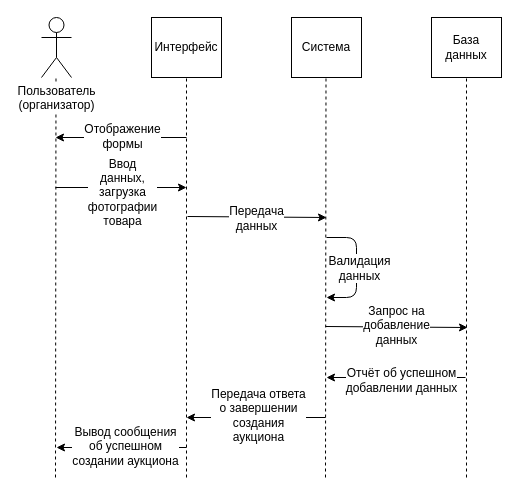
Above: Diagrams/Cases Diagrams/Create Auction.drawio in Fake-Make/Au (draw.io), before the change. Source tidied: cells renumbered, new cells numbered last; positions are measured from the earlier drawing's top-left corner, leaving out a move shared by most shapes. Both pictures are drawn from the tidied source at 100%, with x=0, y=0 at pixel (41, 17).
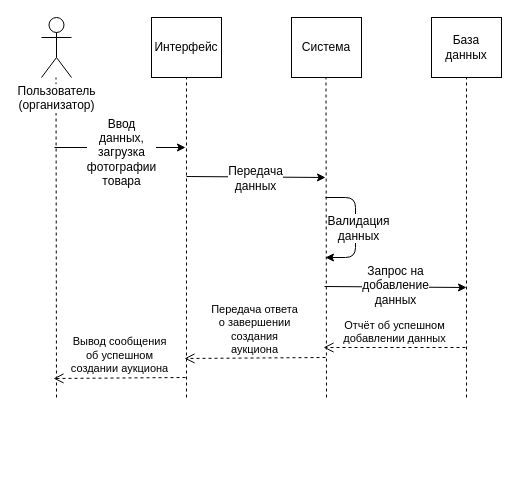
The same page after the edit.

The change refers to these unchanged cells:
```xml
<mxCell id="4" value="База данных" style="rounded=0;whiteSpace=wrap;html=1;" parent="1" vertex="1">
  <mxGeometry x="390" width="70" height="60" as="geometry" />
</mxCell>
```

What changed in the source:
```diff
@@
     <mxCell id="5" style="endArrow=none;dashed=1;html=1;entryX=0.5;entryY=1;entryDx=0;entryDy=0;" parent="1" edge="1" target="4">
       <mxGeometry relative="1" as="geometry">
-        <mxPoint x="425" y="460" as="sourcePoint" />
+        <mxPoint x="425" y="380" as="sourcePoint" />
       </mxGeometry>
     </mxCell>
     <mxCell id="6" style="endArrow=none;dashed=1;html=1;entryX=0.5;entryY=1;entryDx=0;entryDy=0;" parent="1" edge="1">
       <mxGeometry relative="1" as="geometry">
-        <mxPoint x="284" y="460" as="sourcePoint" />
+        <mxPoint x="285" y="380" as="sourcePoint" />
         <mxPoint x="284.5" y="60" as="targetPoint" />
       </mxGeometry>
     </mxCell>
     <mxCell id="7" style="endArrow=none;dashed=1;html=1;entryX=0.5;entryY=1;entryDx=0;entryDy=0;" parent="1" edge="1">
       <mxGeometry relative="1" as="geometry">
-        <mxPoint x="145" y="460" as="sourcePoint" />
+        <mxPoint x="145" y="380" as="sourcePoint" />
         <mxPoint x="145" y="60" as="targetPoint" />
       </mxGeometry>
     </mxCell>
     <mxCell id="8" style="endArrow=none;dashed=1;html=1;entryX=0.5;entryY=1;entryDx=0;entryDy=0;" parent="1" edge="1">
       <mxGeometry relative="1" as="geometry">
-        <mxPoint x="14" y="460" as="sourcePoint" />
+        <mxPoint x="15" y="380" as="sourcePoint" />
         <mxPoint x="14.5" y="60" as="targetPoint" />
       </mxGeometry>
     </mxCell>
@@
-    <mxCell id="10" style="endArrow=classic;html=1;" parent="1" edge="1">
-      <mxGeometry relative="1" as="geometry">
-        <mxPoint x="145" y="120" as="sourcePoint" />
-        <mxPoint x="14" y="120" as="targetPoint" />
-      </mxGeometry>
-    </mxCell>
-    <mxCell id="11" value="Отображение&lt;br&gt;формы" style="text;html=1;align=center;verticalAlign=middle;labelBackgroundColor=#ffffff;" parent="10" vertex="1">
-      <mxGeometry x="0.17" relative="1" as="geometry">
-        <mxPoint x="12" y="-2" as="offset" />
-      </mxGeometry>
-    </mxCell>
     <mxCell id="12" style="endArrow=classic;html=1;" parent="1" edge="1">
       <mxGeometry relative="1" as="geometry">
-        <mxPoint x="14" y="170" as="sourcePoint" />
-        <mxPoint x="145" y="170" as="targetPoint" />
+        <mxPoint x="13" y="130" as="sourcePoint" />
+        <mxPoint x="144" y="130" as="targetPoint" />
       </mxGeometry>
     </mxCell>
@@
     <mxCell id="14" style="endArrow=classic;html=1;" parent="1" edge="1">
       <mxGeometry relative="1" as="geometry">
-        <mxPoint x="146" y="199" as="sourcePoint" />
-        <mxPoint x="285" y="200" as="targetPoint" />
+        <mxPoint x="145" y="159" as="sourcePoint" />
+        <mxPoint x="284" y="160" as="targetPoint" />
       </mxGeometry>
     </mxCell>
@@
     <mxCell id="16" style="endArrow=classic;html=1;" parent="1" edge="1">
       <mxGeometry relative="1" as="geometry">
-        <mxPoint x="285" y="220" as="sourcePoint" />
-        <mxPoint x="285" y="280" as="targetPoint" />
+        <mxPoint x="284" y="180" as="sourcePoint" />
+        <mxPoint x="284" y="240" as="targetPoint" />
         <Array as="points">
-          <mxPoint x="315" y="220" />
-          <mxPoint x="315" y="280" />
+          <mxPoint x="314" y="180" />
+          <mxPoint x="314" y="240" />
         </Array>
       </mxGeometry>
     </mxCell>
@@
     <mxCell id="18" style="endArrow=classic;html=1;" parent="1" edge="1">
       <mxGeometry relative="1" as="geometry">
-        <mxPoint x="284" y="309" as="sourcePoint" />
-        <mxPoint x="426" y="310" as="targetPoint" />
+        <mxPoint x="283" y="269" as="sourcePoint" />
+        <mxPoint x="425" y="270" as="targetPoint" />
       </mxGeometry>
     </mxCell>
@@
-    <mxCell id="20" style="endArrow=classic;html=1;" parent="1" edge="1">
-      <mxGeometry relative="1" as="geometry">
-        <mxPoint x="424" y="360" as="sourcePoint" />
-        <mxPoint x="285" y="360" as="targetPoint" />
-      </mxGeometry>
-    </mxCell>
-    <mxCell id="21" value="Отчёт об успешном&lt;br&gt;добавлении данных&lt;br&gt;" style="text;html=1;align=center;verticalAlign=middle;labelBackgroundColor=#ffffff;" parent="20" vertex="1">
-      <mxGeometry x="-0.36" y="1" relative="1" as="geometry">
-        <mxPoint x="-21" y="1" as="offset" />
+    <mxCell id="21" value="&lt;span&gt;Отчёт об успешном&lt;/span&gt;&lt;br&gt;&lt;span&gt;добавлении данных&lt;/span&gt;" style="html=1;verticalAlign=bottom;endArrow=open;dashed=1;endSize=8;" parent="1" edge="1">
+      <mxGeometry relative="1" as="geometry">
+        <mxPoint x="424" y="330" as="sourcePoint" />
+        <mxPoint x="282" y="330" as="targetPoint" />
       </mxGeometry>
     </mxCell>
-    <mxCell id="22" style="endArrow=classic;html=1;" parent="1" edge="1">
-      <mxGeometry relative="1" as="geometry">
-        <mxPoint x="284" y="400" as="sourcePoint" />
-        <mxPoint x="145" y="400" as="targetPoint" />
-      </mxGeometry>
-    </mxCell>
-    <mxCell id="23" value="Передача ответа&lt;br&gt;о завершении&lt;br&gt;создания&lt;br&gt;аукциона&lt;br&gt;" style="text;html=1;align=center;verticalAlign=middle;labelBackgroundColor=#ffffff;" parent="22" vertex="1">
-      <mxGeometry x="0.18" y="-2" relative="1" as="geometry">
-        <mxPoint x="14" y="-1" as="offset" />
+    <mxCell id="23" value="&lt;span&gt;Передача ответа&lt;/span&gt;&lt;br&gt;&lt;span&gt;о завершении&lt;/span&gt;&lt;br&gt;&lt;span&gt;создания&lt;/span&gt;&lt;br&gt;&lt;span&gt;аукциона&lt;/span&gt;" style="html=1;verticalAlign=bottom;endArrow=open;dashed=1;endSize=8;" parent="1" edge="1">
+      <mxGeometry relative="1" as="geometry">
+        <mxPoint x="284" y="340" as="sourcePoint" />
+        <mxPoint x="143" y="341" as="targetPoint" />
       </mxGeometry>
     </mxCell>
-    <mxCell id="24" style="endArrow=classic;html=1;" parent="1" edge="1">
-      <mxGeometry relative="1" as="geometry">
-        <mxPoint x="145" y="430" as="sourcePoint" />
-        <mxPoint x="15" y="430" as="targetPoint" />
-      </mxGeometry>
-    </mxCell>
-    <mxCell id="25" value="Вывод сообщения&lt;br&gt;об успешном&lt;br&gt;создании аукциона&lt;br&gt;" style="text;html=1;align=center;verticalAlign=middle;labelBackgroundColor=#ffffff;" parent="24" vertex="1">
-      <mxGeometry x="-0.12" relative="1" as="geometry">
-        <mxPoint x="-5" y="-2" as="offset" />
+    <mxCell id="25" value="&lt;span&gt;Вывод сообщения&lt;/span&gt;&lt;br&gt;&lt;span&gt;об успешном&lt;/span&gt;&lt;br&gt;&lt;span&gt;создании аукциона&lt;/span&gt;" style="html=1;verticalAlign=bottom;endArrow=open;dashed=1;endSize=8;" parent="1" edge="1">
+      <mxGeometry relative="1" as="geometry">
+        <mxPoint x="144" y="360" as="sourcePoint" />
+        <mxPoint x="12" y="361" as="targetPoint" />
       </mxGeometry>
     </mxCell>
```
